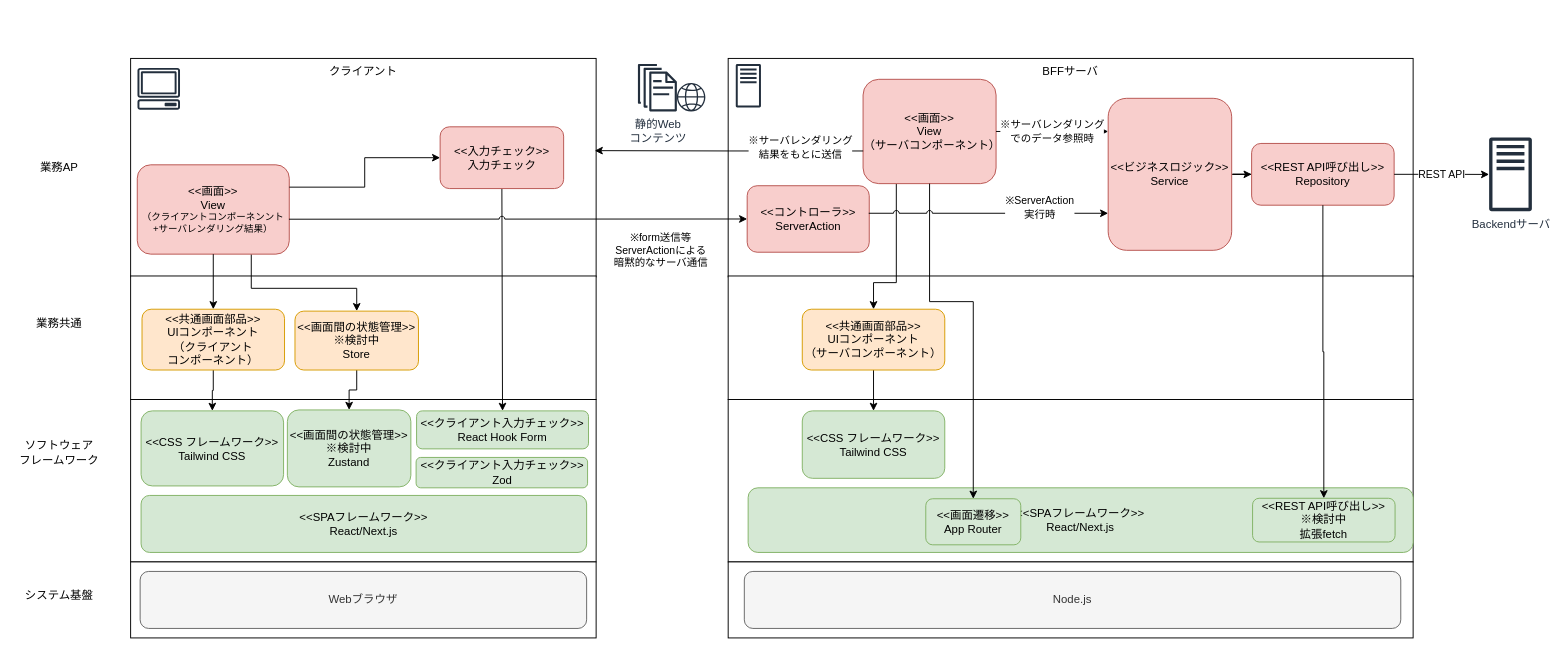
Before: docs/img/architecture.drawio in mysd33/sample-nextjs-tailwind, a draw.io diagram. Source tidied: cells renumbered, new cells numbered last; positions are measured from the earlier drawing's top-left corner, leaving out a move shared by most shapes. Both pictures are drawn from the tidied source at 95%, with x=0, y=0 at pixel (16, 58).
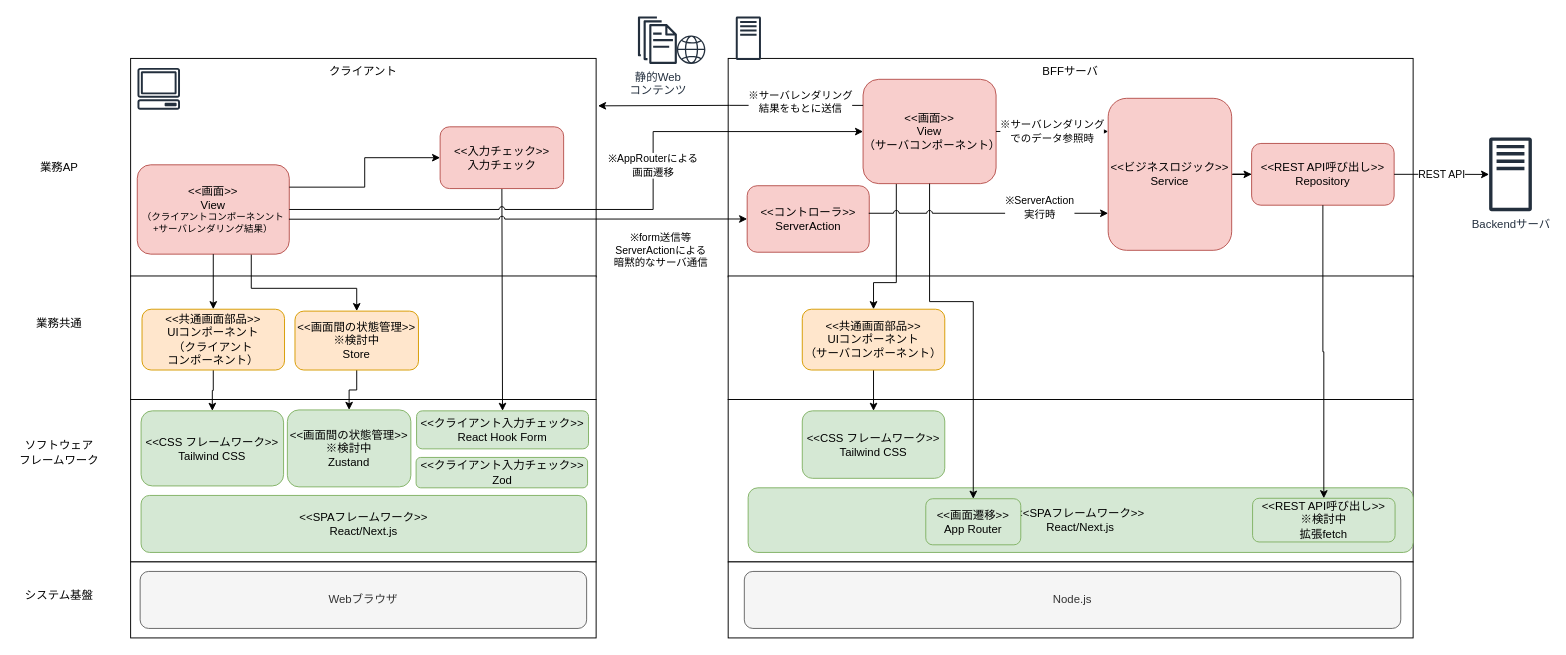
After the change.

Commit message (it also covers changes not shown here):
ソフトウェアアーキテクチャの図の修正

Unchanged cells that the change refers to:
```xml
<mxCell id="3" value="クライアント" style="rounded=0;whiteSpace=wrap;html=1;verticalAlign=top;" parent="1" vertex="1">
  <mxGeometry x="120" width="490" height="230" as="geometry" />
</mxCell>
<mxCell id="16" value="&lt;div&gt;&lt;font style=&quot;font-size: 12px;&quot;&gt;&amp;lt;&amp;lt;画面&amp;gt;&amp;gt;&lt;/font&gt;&lt;/div&gt;&lt;div&gt;&lt;span style=&quot;background-color: transparent; color: light-dark(rgb(0, 0, 0), rgb(255, 255, 255));&quot;&gt;&lt;font style=&quot;font-size: 12px;&quot;&gt;View&lt;/font&gt;&lt;/span&gt;&lt;/div&gt;&lt;div&gt;&lt;span style=&quot;background-color: transparent; color: light-dark(rgb(0, 0, 0), rgb(255, 255, 255));&quot;&gt;（クライアント&lt;/span&gt;&lt;span style=&quot;background-color: transparent; color: light-dark(rgb(0, 0, 0), rgb(255, 255, 255));&quot;&gt;コンポーネンント&lt;/span&gt;&lt;/div&gt;&lt;div&gt;&lt;span style=&quot;background-color: transparent; color: light-dark(rgb(0, 0, 0), rgb(255, 255, 255));&quot;&gt;+サーバレンダリング結果&lt;/span&gt;&lt;span style=&quot;background-color: transparent; color: light-dark(rgb(0, 0, 0), rgb(255, 255, 255));&quot;&gt;）&lt;/span&gt;&lt;/div&gt;" style="rounded=1;whiteSpace=wrap;html=1;fillColor=#f8cecc;strokeColor=#b85450;fontSize=10;" parent="1" vertex="1">
  <mxGeometry x="127" y="112" width="160" height="94" as="geometry" />
</mxCell>
<mxCell id="41" value="&lt;div&gt;&amp;lt;&amp;lt;画面&amp;gt;&amp;gt;&lt;/div&gt;&lt;div&gt;&lt;span style=&quot;background-color: transparent; color: light-dark(rgb(0, 0, 0), rgb(255, 255, 255));&quot;&gt;View&lt;/span&gt;&lt;/div&gt;&lt;div&gt;&lt;span style=&quot;background-color: transparent; color: light-dark(rgb(0, 0, 0), rgb(255, 255, 255));&quot;&gt;（サーバコンポーネント）&lt;/span&gt;&lt;/div&gt;" style="rounded=1;whiteSpace=wrap;html=1;fillColor=#f8cecc;strokeColor=#b85450;" parent="1" vertex="1">
  <mxGeometry x="891" y="22" width="140" height="109.8" as="geometry" />
</mxCell>
```

Change to the diagram source:
```diff
@@
     <mxCell id="24" value="静的Web&lt;div&gt;コンテンツ&lt;/div&gt;" style="sketch=0;fontColor=#232F3E;gradientColor=none;fillColor=#232F3D;strokeColor=none;dashed=0;verticalLabelPosition=bottom;verticalAlign=top;align=center;html=1;fontSize=12;fontStyle=0;shape=mxgraph.aws4.documents;" parent="1" vertex="1">
-      <mxGeometry x="654" y="5.8" width="41" height="50" as="geometry" />
+      <mxGeometry x="654" y="-44.2" width="41" height="50" as="geometry" />
     </mxCell>
     <mxCell id="25" style="sketch=0;fontColor=#232F3E;gradientColor=none;fillColor=#232F3D;strokeColor=none;dashed=0;verticalLabelPosition=bottom;verticalAlign=top;align=center;html=1;fontSize=12;fontStyle=0;shape=mxgraph.aws4.globe;" parent="1" vertex="1">
-      <mxGeometry x="695" y="25.8" width="30" height="30" as="geometry" />
+      <mxGeometry x="695" y="-24.2" width="30" height="30" as="geometry" />
     </mxCell>
@@
     <mxCell id="48" style="sketch=0;fontColor=#232F3E;gradientColor=none;fillColor=#232F3D;strokeColor=none;dashed=0;verticalLabelPosition=bottom;verticalAlign=top;align=center;html=1;fontSize=12;fontStyle=0;shape=mxgraph.aws4.traditional_server;" parent="1" vertex="1">
-      <mxGeometry x="757" y="5.8" width="26.5" height="46" as="geometry" />
+      <mxGeometry x="757" y="-44.2" width="26.5" height="46" as="geometry" />
     </mxCell>
-    <mxCell id="49" value="※サーバレンダリング&lt;div&gt;結果をもとに送信&lt;/div&gt;" style="edgeStyle=orthogonalEdgeStyle;rounded=0;jettySize=auto;html=1;entryX=0.997;entryY=0.422;entryDx=0;entryDy=0;exitX=0.001;exitY=0.687;exitDx=0;exitDy=0;entryPerimeter=0;exitPerimeter=0;" parent="1" edge="1" source="41" target="3">
+    <mxCell id="49" value="※サーバレンダリング&lt;div&gt;結果をもとに送信&lt;/div&gt;" style="edgeStyle=orthogonalEdgeStyle;rounded=0;jettySize=auto;html=1;entryX=1.004;entryY=0.217;entryDx=0;entryDy=0;exitX=0;exitY=0.25;exitDx=0;exitDy=0;entryPerimeter=0;" parent="1" edge="1" source="41" target="3">
       <mxGeometry x="-0.53" y="-3" relative="1" as="geometry" />
     </mxCell>
@@
+    <mxCell id="55" value="※AppRouterによる&lt;div&gt;画面遷移&lt;/div&gt;" style="edgeStyle=orthogonalEdgeStyle;rounded=0;jettySize=auto;html=1;jumpStyle=arc;" parent="1" edge="1" source="16" target="41">
+      <mxGeometry x="0.25" relative="1" as="geometry">
+        <Array as="points">
+          <mxPoint x="670" y="159" />
+          <mxPoint x="670" y="77" />
+        </Array>
+      </mxGeometry>
+    </mxCell>
```
